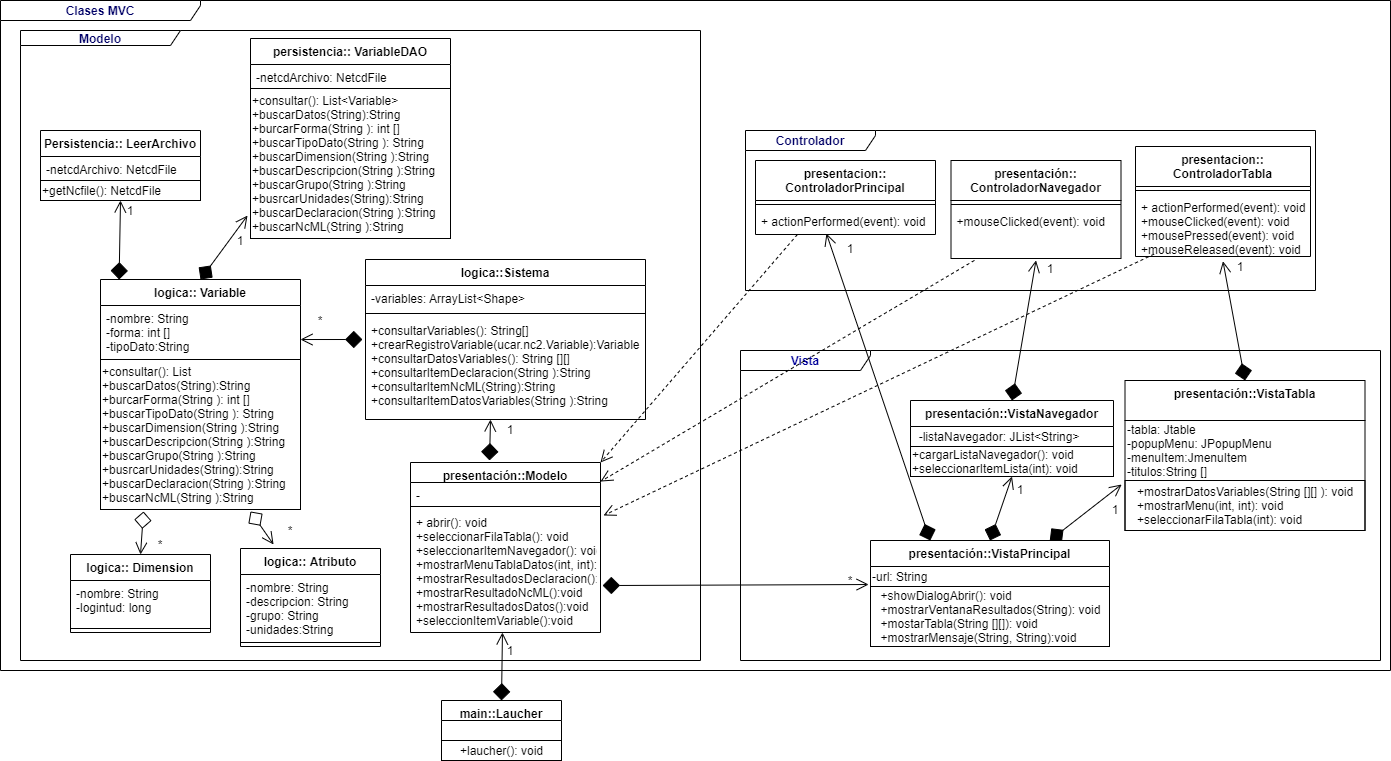
Before: MVC_Clima.png, a diagram exported from draw.io (willfs144/Clima-java). Source tidied: cells renumbered, new cells last; positions are measured from the earlier drawing's top-left corner, leaving out a move shared by most shapes.
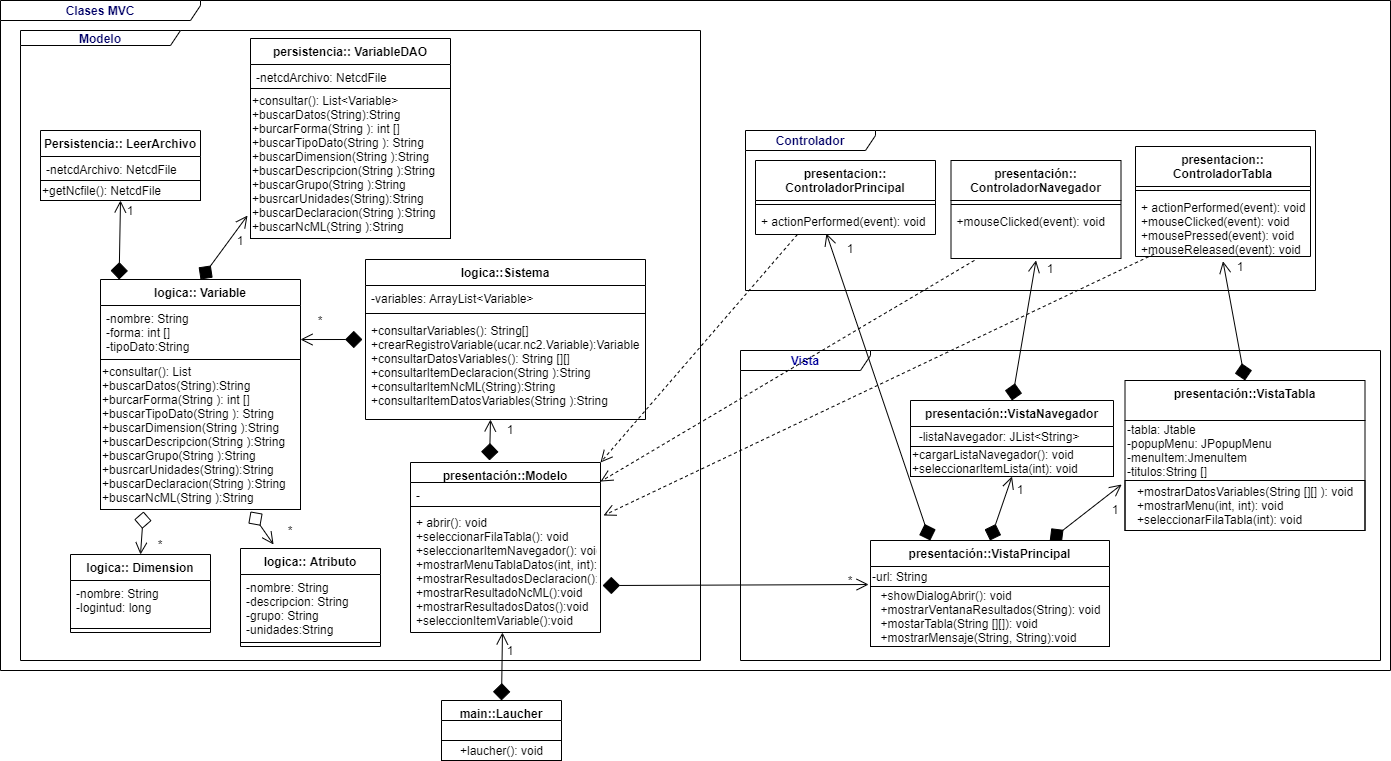
After the commit.

What changed in the source:
```diff
@@ -151,7 +151,7 @@
     <mxCell id="50" value="logica::Sistema" style="swimlane;fontStyle=1;align=center;verticalAlign=top;horizontal=1;startSize=26;" parent="1" vertex="1">
       <mxGeometry x="365" y="259" width="280" height="160" as="geometry" />
     </mxCell>
-    <mxCell id="51" value="-variables: ArrayList&lt;Shape&gt;" style="text;strokeColor=none;fillColor=none;align=left;verticalAlign=top;spacingLeft=4;spacingRight=4;overflow=hidden;" parent="50" vertex="1">
+    <mxCell id="51" value="-variables: ArrayList&lt;Variable&gt;" style="text;strokeColor=none;fillColor=none;align=left;verticalAlign=top;spacingLeft=4;spacingRight=4;overflow=hidden;" parent="50" vertex="1">
       <mxGeometry y="26" width="280" height="24" as="geometry" />
     </mxCell>
     <mxCell id="52" style="line;strokeWidth=1;fillColor=none;align=left;verticalAlign=middle;spacingTop=-1;spacingLeft=3;spacingRight=3;labelPosition=right;" parent="50" vertex="1">
```
